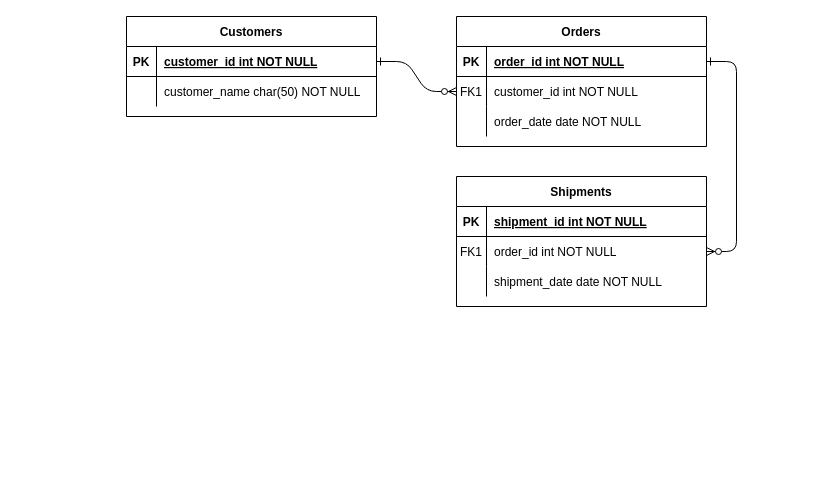
The draw.io diagram RevenueShare.drawio in minkyu1128/DomainDesign, before the edit. Source tidied: cells renumbered, new cells numbered last; positions are measured from the earlier drawing's top-left corner, leaving out a move shared by most shapes. Both pictures are drawn from the tidied source at 100%, with x=0, y=0 at pixel (126, 16).
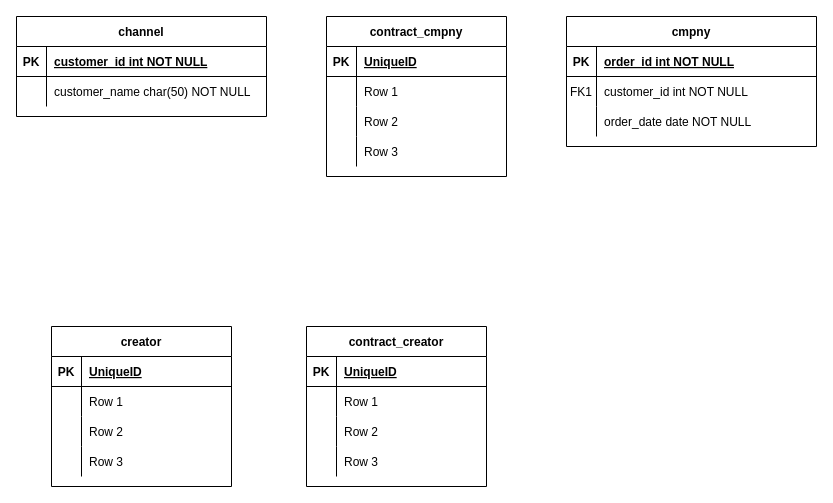
The same diagram, later.

Unchanged cells that the change refers to:
```xml
<mxCell id="5" style="shape=partialRectangle;fillColor=none;points=[[0,0.5],[1,0.5]];portConstraint=eastwest;top=0;left=0;right=0;bottom=1;" parent="4" vertex="1">
  <mxGeometry y="30" width="250" height="30" as="geometry" />
</mxCell>
<mxCell id="8" style="shape=partialRectangle;fillColor=none;points=[[0,0.5],[1,0.5]];portConstraint=eastwest;top=0;left=0;right=0;bottom=0;" parent="4" vertex="1">
  <mxGeometry y="60" width="250" height="30" as="geometry" />
</mxCell>
<mxCell id="25" style="shape=partialRectangle;fillColor=none;points=[[0,0.5],[1,0.5]];portConstraint=eastwest;top=0;left=0;right=0;bottom=1;" parent="24" vertex="1">
  <mxGeometry y="30" width="250" height="30" as="geometry" />
</mxCell>
```

What changed in the source:
```diff
@@
-    <mxCell id="2" style="edgeStyle=entityRelationEdgeStyle;endArrow=ERzeroToMany;startArrow=ERone;endFill=1;startFill=0;" parent="1" edge="1" source="25" target="8">
-      <mxGeometry relative="1" as="geometry" />
-    </mxCell>
-    <mxCell id="3" style="edgeStyle=entityRelationEdgeStyle;endArrow=ERzeroToMany;startArrow=ERone;endFill=1;startFill=0;" parent="1" edge="1" source="5" target="18">
-      <mxGeometry relative="1" as="geometry" />
-    </mxCell>
-    <mxCell id="4" value="Orders" style="shape=table;startSize=30;childLayout=tableLayout;rowLines=0;fontStyle=1;align=center;" parent="1" vertex="1">
-      <mxGeometry x="330" width="250" height="130" as="geometry" />
+    <mxCell id="4" value="cmpny" style="shape=table;startSize=30;childLayout=tableLayout;rowLines=0;fontStyle=1;align=center;" parent="1" vertex="1">
+      <mxGeometry x="440" width="250" height="130" as="geometry" />
     </mxCell>
@@
-    <mxCell id="14" value="Shipments" style="shape=table;startSize=30;childLayout=tableLayout;rowLines=0;fontStyle=1;align=center;" parent="1" vertex="1">
-      <mxGeometry x="330" y="160" width="250" height="130" as="geometry" />
-    </mxCell>
-    <mxCell id="15" style="shape=partialRectangle;fillColor=none;top=0;left=0;right=0;bottom=1;" parent="14" vertex="1">
-      <mxGeometry y="30" width="250" height="30" as="geometry" />
-    </mxCell>
-    <mxCell id="16" value="PK" style="shape=partialRectangle;overflow=hidden;fillColor=none;top=0;left=0;bottom=0;right=0;fontStyle=1;" parent="15" vertex="1">
-      <mxGeometry width="30" height="30" as="geometry" />
-    </mxCell>
-    <mxCell id="17" value="shipment_id int NOT NULL " style="shape=partialRectangle;overflow=hidden;fillColor=none;top=0;left=0;bottom=0;right=0;align=left;spacingLeft=6;fontStyle=5;" parent="15" vertex="1">
-      <mxGeometry x="30" width="220" height="30" as="geometry" />
-    </mxCell>
-    <mxCell id="18" style="shape=partialRectangle;fillColor=none;points=[[0,0.5],[1,0.5]];portConstraint=eastwest;top=0;left=0;right=0;bottom=0;" parent="14" vertex="1">
-      <mxGeometry y="60" width="250" height="30" as="geometry" />
-    </mxCell>
-    <mxCell id="19" value="FK1" style="shape=partialRectangle;overflow=hidden;fillColor=none;top=0;left=0;bottom=0;right=0;" parent="18" vertex="1">
-      <mxGeometry width="30" height="30" as="geometry" />
-    </mxCell>
-    <mxCell id="20" value="order_id int NOT NULL" style="shape=partialRectangle;overflow=hidden;fillColor=none;top=0;left=0;bottom=0;right=0;align=left;spacingLeft=6;" parent="18" vertex="1">
-      <mxGeometry x="30" width="220" height="30" as="geometry" />
-    </mxCell>
-    <mxCell id="21" style="shape=partialRectangle;fillColor=none;top=0;left=0;right=0;bottom=0;" parent="14" vertex="1">
-      <mxGeometry y="90" width="250" height="30" as="geometry" />
-    </mxCell>
-    <mxCell id="22" style="shape=partialRectangle;overflow=hidden;fillColor=none;top=0;left=0;bottom=0;right=0;" parent="21" vertex="1">
-      <mxGeometry width="30" height="30" as="geometry" />
-    </mxCell>
-    <mxCell id="23" value="shipment_date date NOT NULL" style="shape=partialRectangle;overflow=hidden;fillColor=none;top=0;left=0;bottom=0;right=0;align=left;spacingLeft=6;" parent="21" vertex="1">
-      <mxGeometry x="30" width="220" height="30" as="geometry" />
-    </mxCell>
-    <mxCell id="24" value="Customers" style="shape=table;startSize=30;childLayout=tableLayout;rowLines=0;fontStyle=1;align=center;" parent="1" vertex="1">
-      <mxGeometry width="250" height="100" as="geometry" />
+    <mxCell id="24" value="channel" style="shape=table;startSize=30;childLayout=tableLayout;rowLines=0;fontStyle=1;align=center;" parent="1" vertex="1">
+      <mxGeometry x="-110" width="250" height="100" as="geometry" />
     </mxCell>
@@
+    <mxCell id="31" value="creator" style="shape=table;startSize=30;childLayout=tableLayout;rowLines=0;fontStyle=1;align=center;" parent="1" vertex="1">
+      <mxGeometry x="-75" y="310" width="180" height="160" as="geometry" />
+    </mxCell>
+    <mxCell id="32" style="shape=tableRow;horizontal=0;startSize=0;swimlaneHead=0;swimlaneBody=0;fillColor=none;top=0;left=0;right=0;bottom=1;" parent="31" vertex="1">
+      <mxGeometry y="30" width="180" height="30" as="geometry" />
+    </mxCell>
+    <mxCell id="33" value="PK" style="shape=partialRectangle;fillColor=none;top=0;left=0;bottom=0;right=0;fontStyle=1;overflow=hidden;" parent="32" vertex="1">
+      <mxGeometry width="30" height="30" as="geometry" />
+    </mxCell>
+    <mxCell id="34" value="UniqueID" style="shape=partialRectangle;fillColor=none;top=0;left=0;bottom=0;right=0;align=left;spacingLeft=6;fontStyle=5;overflow=hidden;" parent="32" vertex="1">
+      <mxGeometry x="30" width="150" height="30" as="geometry" />
+    </mxCell>
+    <mxCell id="35" style="shape=tableRow;horizontal=0;startSize=0;swimlaneHead=0;swimlaneBody=0;fillColor=none;top=0;left=0;right=0;bottom=0;" parent="31" vertex="1">
+      <mxGeometry y="60" width="180" height="30" as="geometry" />
+    </mxCell>
+    <mxCell id="36" style="shape=partialRectangle;fillColor=none;top=0;left=0;bottom=0;right=0;overflow=hidden;" parent="35" vertex="1">
+      <mxGeometry width="30" height="30" as="geometry" />
+    </mxCell>
+    <mxCell id="37" value="Row 1" style="shape=partialRectangle;fillColor=none;top=0;left=0;bottom=0;right=0;align=left;spacingLeft=6;overflow=hidden;" parent="35" vertex="1">
+      <mxGeometry x="30" width="150" height="30" as="geometry" />
+    </mxCell>
+    <mxCell id="38" style="shape=tableRow;horizontal=0;startSize=0;swimlaneHead=0;swimlaneBody=0;fillColor=none;top=0;left=0;right=0;bottom=0;" parent="31" vertex="1">
+      <mxGeometry y="90" width="180" height="30" as="geometry" />
+    </mxCell>
+    <mxCell id="39" style="shape=partialRectangle;fillColor=none;top=0;left=0;bottom=0;right=0;overflow=hidden;" parent="38" vertex="1">
+      <mxGeometry width="30" height="30" as="geometry" />
+    </mxCell>
+    <mxCell id="40" value="Row 2" style="shape=partialRectangle;fillColor=none;top=0;left=0;bottom=0;right=0;align=left;spacingLeft=6;overflow=hidden;" parent="38" vertex="1">
+      <mxGeometry x="30" width="150" height="30" as="geometry" />
+    </mxCell>
+    <mxCell id="41" style="shape=tableRow;horizontal=0;startSize=0;swimlaneHead=0;swimlaneBody=0;fillColor=none;top=0;left=0;right=0;bottom=0;" parent="31" vertex="1">
+      <mxGeometry y="120" width="180" height="30" as="geometry" />
+    </mxCell>
+    <mxCell id="42" style="shape=partialRectangle;fillColor=none;top=0;left=0;bottom=0;right=0;overflow=hidden;" parent="41" vertex="1">
+      <mxGeometry width="30" height="30" as="geometry" />
+    </mxCell>
+    <mxCell id="43" value="Row 3" style="shape=partialRectangle;fillColor=none;top=0;left=0;bottom=0;right=0;align=left;spacingLeft=6;overflow=hidden;" parent="41" vertex="1">
+      <mxGeometry x="30" width="150" height="30" as="geometry" />
+    </mxCell>
+    <mxCell id="44" value="contract_cmpny" style="shape=table;startSize=30;childLayout=tableLayout;rowLines=0;fontStyle=1;align=center;" parent="1" vertex="1">
+      <mxGeometry x="200" width="180" height="160" as="geometry" />
+    </mxCell>
+    <mxCell id="45" style="shape=tableRow;horizontal=0;startSize=0;swimlaneHead=0;swimlaneBody=0;fillColor=none;top=0;left=0;right=0;bottom=1;" parent="44" vertex="1">
+      <mxGeometry y="30" width="180" height="30" as="geometry" />
+    </mxCell>
+    <mxCell id="46" value="PK" style="shape=partialRectangle;fillColor=none;top=0;left=0;bottom=0;right=0;fontStyle=1;overflow=hidden;" parent="45" vertex="1">
+      <mxGeometry width="30" height="30" as="geometry" />
+    </mxCell>
+    <mxCell id="47" value="UniqueID" style="shape=partialRectangle;fillColor=none;top=0;left=0;bottom=0;right=0;align=left;spacingLeft=6;fontStyle=5;overflow=hidden;" parent="45" vertex="1">
+      <mxGeometry x="30" width="150" height="30" as="geometry" />
+    </mxCell>
+    <mxCell id="48" style="shape=tableRow;horizontal=0;startSize=0;swimlaneHead=0;swimlaneBody=0;fillColor=none;top=0;left=0;right=0;bottom=0;" parent="44" vertex="1">
+      <mxGeometry y="60" width="180" height="30" as="geometry" />
+    </mxCell>
+    <mxCell id="49" style="shape=partialRectangle;fillColor=none;top=0;left=0;bottom=0;right=0;overflow=hidden;" parent="48" vertex="1">
+      <mxGeometry width="30" height="30" as="geometry" />
+    </mxCell>
+    <mxCell id="50" value="Row 1" style="shape=partialRectangle;fillColor=none;top=0;left=0;bottom=0;right=0;align=left;spacingLeft=6;overflow=hidden;" parent="48" vertex="1">
+      <mxGeometry x="30" width="150" height="30" as="geometry" />
+    </mxCell>
+    <mxCell id="51" style="shape=tableRow;horizontal=0;startSize=0;swimlaneHead=0;swimlaneBody=0;fillColor=none;top=0;left=0;right=0;bottom=0;" parent="44" vertex="1">
+      <mxGeometry y="90" width="180" height="30" as="geometry" />
+    </mxCell>
+    <mxCell id="52" style="shape=partialRectangle;fillColor=none;top=0;left=0;bottom=0;right=0;overflow=hidden;" parent="51" vertex="1">
+      <mxGeometry width="30" height="30" as="geometry" />
+    </mxCell>
+    <mxCell id="53" value="Row 2" style="shape=partialRectangle;fillColor=none;top=0;left=0;bottom=0;right=0;align=left;spacingLeft=6;overflow=hidden;" parent="51" vertex="1">
+      <mxGeometry x="30" width="150" height="30" as="geometry" />
+    </mxCell>
+    <mxCell id="54" style="shape=tableRow;horizontal=0;startSize=0;swimlaneHead=0;swimlaneBody=0;fillColor=none;top=0;left=0;right=0;bottom=0;" parent="44" vertex="1">
+      <mxGeometry y="120" width="180" height="30" as="geometry" />
+    </mxCell>
+    <mxCell id="55" style="shape=partialRectangle;fillColor=none;top=0;left=0;bottom=0;right=0;overflow=hidden;" parent="54" vertex="1">
+      <mxGeometry width="30" height="30" as="geometry" />
+    </mxCell>
+    <mxCell id="56" value="Row 3" style="shape=partialRectangle;fillColor=none;top=0;left=0;bottom=0;right=0;align=left;spacingLeft=6;overflow=hidden;" parent="54" vertex="1">
+      <mxGeometry x="30" width="150" height="30" as="geometry" />
+    </mxCell>
+    <mxCell id="57" value="contract_creator" style="shape=table;startSize=30;childLayout=tableLayout;rowLines=0;fontStyle=1;align=center;" parent="1" vertex="1">
+      <mxGeometry x="180" y="310" width="180" height="160" as="geometry" />
+    </mxCell>
+    <mxCell id="58" style="shape=tableRow;horizontal=0;startSize=0;swimlaneHead=0;swimlaneBody=0;fillColor=none;top=0;left=0;right=0;bottom=1;" parent="57" vertex="1">
+      <mxGeometry y="30" width="180" height="30" as="geometry" />
+    </mxCell>
+    <mxCell id="59" value="PK" style="shape=partialRectangle;fillColor=none;top=0;left=0;bottom=0;right=0;fontStyle=1;overflow=hidden;" parent="58" vertex="1">
+      <mxGeometry width="30" height="30" as="geometry" />
+    </mxCell>
+    <mxCell id="60" value="UniqueID" style="shape=partialRectangle;fillColor=none;top=0;left=0;bottom=0;right=0;align=left;spacingLeft=6;fontStyle=5;overflow=hidden;" parent="58" vertex="1">
+      <mxGeometry x="30" width="150" height="30" as="geometry" />
+    </mxCell>
+    <mxCell id="61" style="shape=tableRow;horizontal=0;startSize=0;swimlaneHead=0;swimlaneBody=0;fillColor=none;top=0;left=0;right=0;bottom=0;" parent="57" vertex="1">
+      <mxGeometry y="60" width="180" height="30" as="geometry" />
+    </mxCell>
+    <mxCell id="62" style="shape=partialRectangle;fillColor=none;top=0;left=0;bottom=0;right=0;overflow=hidden;" parent="61" vertex="1">
+      <mxGeometry width="30" height="30" as="geometry" />
+    </mxCell>
+    <mxCell id="63" value="Row 1" style="shape=partialRectangle;fillColor=none;top=0;left=0;bottom=0;right=0;align=left;spacingLeft=6;overflow=hidden;" parent="61" vertex="1">
+      <mxGeometry x="30" width="150" height="30" as="geometry" />
+    </mxCell>
+    <mxCell id="64" style="shape=tableRow;horizontal=0;startSize=0;swimlaneHead=0;swimlaneBody=0;fillColor=none;top=0;left=0;right=0;bottom=0;" parent="57" vertex="1">
+      <mxGeometry y="90" width="180" height="30" as="geometry" />
+    </mxCell>
+    <mxCell id="65" style="shape=partialRectangle;fillColor=none;top=0;left=0;bottom=0;right=0;overflow=hidden;" parent="64" vertex="1">
+      <mxGeometry width="30" height="30" as="geometry" />
+    </mxCell>
+    <mxCell id="66" value="Row 2" style="shape=partialRectangle;fillColor=none;top=0;left=0;bottom=0;right=0;align=left;spacingLeft=6;overflow=hidden;" parent="64" vertex="1">
+      <mxGeometry x="30" width="150" height="30" as="geometry" />
+    </mxCell>
+    <mxCell id="67" style="shape=tableRow;horizontal=0;startSize=0;swimlaneHead=0;swimlaneBody=0;fillColor=none;top=0;left=0;right=0;bottom=0;" parent="57" vertex="1">
+      <mxGeometry y="120" width="180" height="30" as="geometry" />
+    </mxCell>
+    <mxCell id="68" style="shape=partialRectangle;fillColor=none;top=0;left=0;bottom=0;right=0;overflow=hidden;" parent="67" vertex="1">
+      <mxGeometry width="30" height="30" as="geometry" />
+    </mxCell>
+    <mxCell id="69" value="Row 3" style="shape=partialRectangle;fillColor=none;top=0;left=0;bottom=0;right=0;align=left;spacingLeft=6;overflow=hidden;" parent="67" vertex="1">
+      <mxGeometry x="30" width="150" height="30" as="geometry" />
+    </mxCell>
```
